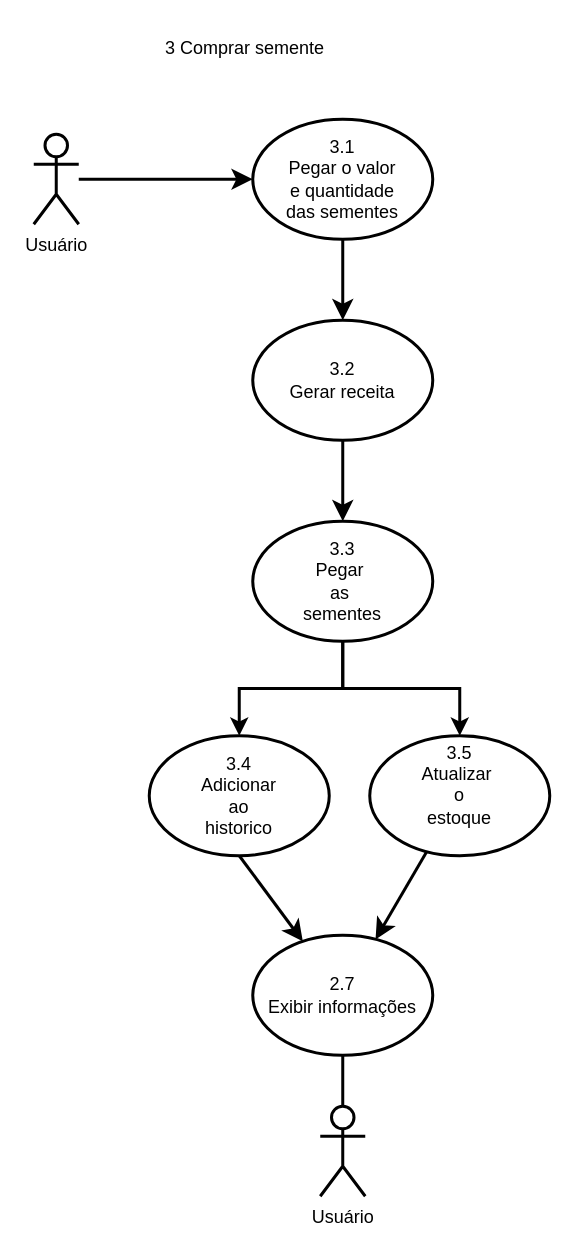
Above: page "Uso3.0" (3 of 10) of Tarefa1.drawio in ZardsMK/Trabahlo-DrawIO (draw.io), before the change. Source tidied: cells renumbered, new cells numbered last; positions are measured from the earlier drawing's top-left corner, leaving out a move shared by most shapes. Both pictures are drawn from the tidied source at 150%, with x=0, y=0 at pixel (33, 26).
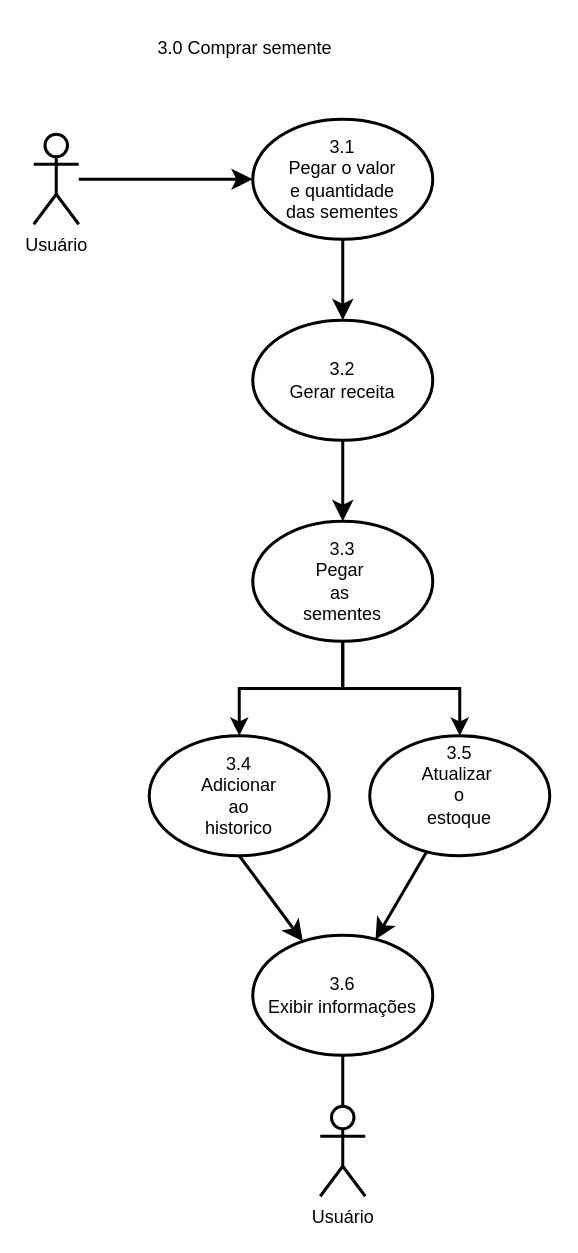
The same page after the edit.

Diff of the diagram source:
```diff
@@
-    <mxCell id="2" value="3 Comprar semente" style="text;html=1;align=center;verticalAlign=middle;whiteSpace=wrap;rounded=0;strokeWidth=2;" parent="1" vertex="1">
+    <mxCell id="2" value="3.0 Comprar semente" style="text;html=1;align=center;verticalAlign=middle;whiteSpace=wrap;rounded=0;strokeWidth=2;" parent="1" vertex="1">
       <mxGeometry x="46" width="190" height="30" as="geometry" />
     </mxCell>
@@
-    <mxCell id="17" value="&lt;div&gt;&lt;span style=&quot;background-color: transparent; color: light-dark(rgb(0, 0, 0), rgb(255, 255, 255));&quot;&gt;2.7&lt;/span&gt;&lt;/div&gt;Exibir informações" style="ellipse;whiteSpace=wrap;html=1;strokeWidth=2;" parent="1" vertex="1">
+    <mxCell id="17" value="&lt;div&gt;&lt;span style=&quot;background-color: transparent; color: light-dark(rgb(0, 0, 0), rgb(255, 255, 255));&quot;&gt;3.6&lt;/span&gt;&lt;/div&gt;Exibir informações" style="ellipse;whiteSpace=wrap;html=1;strokeWidth=2;" parent="1" vertex="1">
       <mxGeometry x="146" y="606" width="120" height="80" as="geometry" />
     </mxCell>
```
